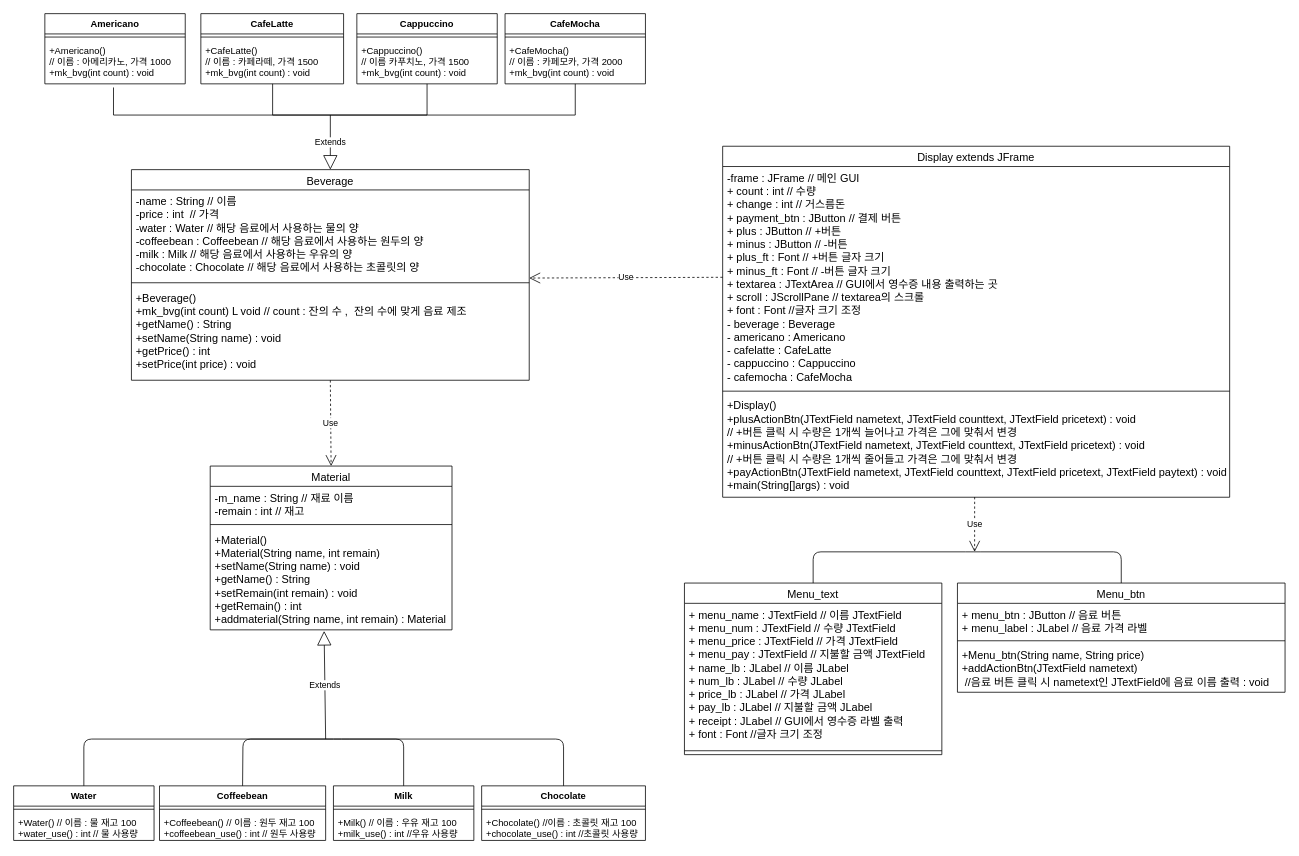
This is Untitled Diagram.drawio from ans2568/Messenger, a draw.io file, before an edit. Source tidied: cells renumbered, new cells numbered last; positions are measured from the earlier drawing's top-left corner, leaving out a move shared by most shapes. Both pictures are drawn from the tidied source at 78%, with x=0, y=0 at pixel (13, 13).
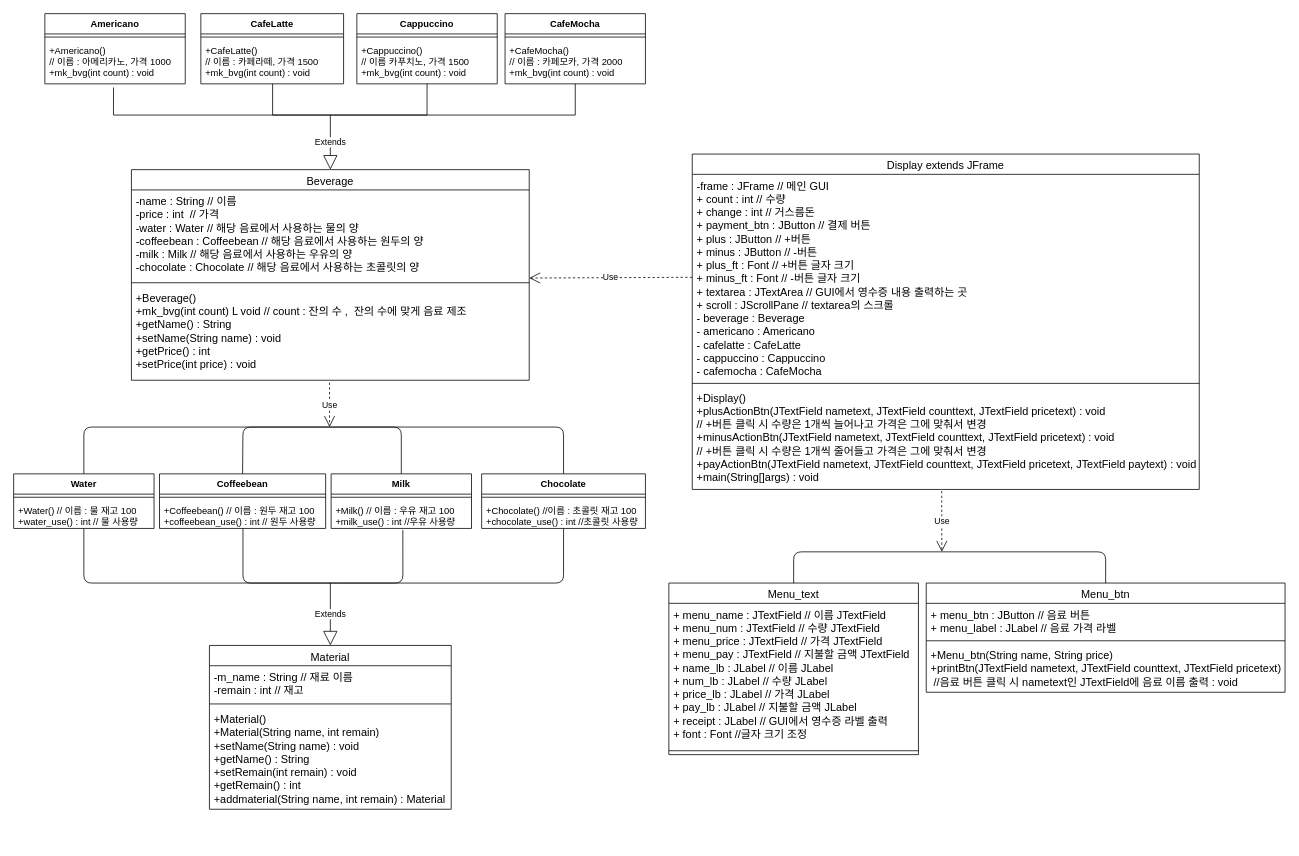
After the change.

Unchanged cells that the change refers to:
```xml
<mxCell id="5" value="+Beverage()&#10;+mk_bvg(int count) L void // count : 잔의 수 ,  잔의 수에 맞게 음료 제조&#10;+getName() : String&#10;+setName(String name) : void&#10;+getPrice() : int&#10;+setPrice(int price) : void" style="text;align=left;verticalAlign=top;spacingLeft=4;spacingRight=4;overflow=hidden;points=[[0,0.5],[1,0.5]];portConstraint=eastwest;fontSize=14;" parent="2" vertex="1">
  <mxGeometry y="150" width="510" height="120" as="geometry" />
</mxCell>
<mxCell id="29" value="+Material()&#10;+Material(String name, int remain)&#10;+setName(String name) : void&#10;+getName() : String&#10;+setRemain(int remain) : void&#10;+getRemain() : int&#10;+addmaterial(String name, int remain) : Material" style="text;align=left;verticalAlign=top;spacingLeft=4;spacingRight=4;overflow=hidden;points=[[0,0.5],[1,0.5]];portConstraint=eastwest;fontSize=14;" parent="26" vertex="1">
  <mxGeometry y="80" width="310" height="130" as="geometry" />
</mxCell>
<mxCell id="40" value="+Milk() // 이름 : 우유 재고 100&#10;+milk_use() : int //우유 사용량" style="text;strokeColor=none;fillColor=none;align=left;verticalAlign=top;spacingLeft=4;spacingRight=4;overflow=hidden;points=[[0,0.5],[1,0.5]];portConstraint=eastwest;" parent="38" vertex="1">
  <mxGeometry y="34" width="180" height="36" as="geometry" />
</mxCell>
```

Diff of the diagram source:
```diff
@@
     <mxCell id="6" value="Display extends JFrame" style="swimlane;fontStyle=0;align=center;verticalAlign=top;horizontal=1;startSize=26;rounded=0;shadow=0;strokeWidth=1;fontSize=14;" parent="1" vertex="1">
-      <mxGeometry x="909" y="170" width="650" height="450" as="geometry" />
+      <mxGeometry x="870" y="180" width="650" height="430" as="geometry" />
     </mxCell>
-    <mxCell id="7" value="-frame : JFrame // 메인 GUI&#10;+ count : int // 수량&#10;+ change : int // 거스름돈&#10;+ payment_btn : JButton // 결제 버튼&#10;+ plus : JButton // +버튼&#10;+ minus : JButton // -버튼&#10;+ plus_ft : Font // +버튼 글자 크기&#10;+ minus_ft : Font // -버튼 글자 크기&#10;+ textarea : JTextArea // GUI에서 영수증 내용 출력하는 곳&#10;+ scroll : JScrollPane // textarea의 스크롤&#10;+ font : Font //글자 크기 조정&#10;- beverage : Beverage&#10;- americano : Americano&#10;- cafelatte : CafeLatte&#10;- cappuccino : Cappuccino&#10;- cafemocha : CafeMocha" style="text;align=left;verticalAlign=top;spacingLeft=4;spacingRight=4;overflow=hidden;points=[[0,0.5],[1,0.5]];portConstraint=eastwest;fontSize=14;" parent="6" vertex="1">
-      <mxGeometry y="26" width="650" height="284" as="geometry" />
+    <mxCell id="7" value="-frame : JFrame // 메인 GUI&#10;+ count : int // 수량&#10;+ change : int // 거스름돈&#10;+ payment_btn : JButton // 결제 버튼&#10;+ plus : JButton // +버튼&#10;+ minus : JButton // -버튼&#10;+ plus_ft : Font // +버튼 글자 크기&#10;+ minus_ft : Font // -버튼 글자 크기&#10;+ textarea : JTextArea // GUI에서 영수증 내용 출력하는 곳&#10;+ scroll : JScrollPane // textarea의 스크롤&#10;- beverage : Beverage&#10;- americano : Americano&#10;- cafelatte : CafeLatte&#10;- cappuccino : Cappuccino&#10;- cafemocha : CafeMocha" style="text;align=left;verticalAlign=top;spacingLeft=4;spacingRight=4;overflow=hidden;points=[[0,0.5],[1,0.5]];portConstraint=eastwest;fontSize=14;" parent="6" vertex="1">
+      <mxGeometry y="26" width="650" height="264" as="geometry" />
     </mxCell>
     <mxCell id="8" style="line;html=1;strokeWidth=1;align=left;verticalAlign=middle;spacingTop=-1;spacingLeft=3;spacingRight=3;labelPosition=right;fontSize=14;" parent="6" vertex="1">
-      <mxGeometry y="310" width="650" height="8" as="geometry" />
+      <mxGeometry y="290" width="650" height="8" as="geometry" />
     </mxCell>
     <mxCell id="9" value="+Display()&#10;+plusActionBtn(JTextField nametext, JTextField counttext, JTextField pricetext) : void&#10;// +버튼 클릭 시 수량은 1개씩 늘어나고 가격은 그에 맞춰서 변경&#10;+minusActionBtn(JTextField nametext, JTextField counttext, JTextField pricetext) : void&#10;// +버튼 클릭 시 수량은 1개씩 줄어들고 가격은 그에 맞춰서 변경&#10;+payActionBtn(JTextField nametext, JTextField counttext, JTextField pricetext, JTextField paytext) : void&#10;+main(String[]args) : void" style="text;strokeColor=none;fillColor=none;align=left;verticalAlign=top;spacingLeft=4;spacingRight=4;overflow=hidden;points=[[0,0.5],[1,0.5]];portConstraint=eastwest;fontSize=14;" parent="6" vertex="1">
-      <mxGeometry y="318" width="650" height="132" as="geometry" />
+      <mxGeometry y="298" width="650" height="132" as="geometry" />
     </mxCell>
     <mxCell id="10" value="Menu_btn" style="swimlane;fontStyle=0;align=center;verticalAlign=top;horizontal=1;startSize=26;rounded=0;shadow=0;strokeWidth=1;fontSize=14;" parent="1" vertex="1">
-      <mxGeometry x="1210" y="730" width="420" height="140" as="geometry" />
+      <mxGeometry x="1170" y="730" width="460" height="140" as="geometry" />
     </mxCell>
     <mxCell id="11" value="+ menu_btn : JButton // 음료 버튼&#10;+ menu_label : JLabel // 음료 가격 라벨&#10;" style="text;align=left;verticalAlign=top;spacingLeft=4;spacingRight=4;overflow=hidden;fontSize=14;" parent="10" vertex="1">
-      <mxGeometry y="26" width="420" height="44" as="geometry" />
+      <mxGeometry y="26" width="460" height="44" as="geometry" />
     </mxCell>
     <mxCell id="12" style="line;html=1;strokeWidth=1;align=left;verticalAlign=middle;spacingTop=-1;spacingLeft=3;spacingRight=3;labelPosition=right;fontSize=14;" parent="10" vertex="1">
-      <mxGeometry y="70" width="420" height="8" as="geometry" />
+      <mxGeometry y="70" width="460" height="8" as="geometry" />
     </mxCell>
-    <mxCell id="13" value="+Menu_btn(String name, String price) &#10;+addActionBtn(JTextField nametext)&#10; //음료 버튼 클릭 시 nametext인 JTextField에 음료 이름 출력 : void" style="text;align=left;verticalAlign=top;spacingLeft=4;spacingRight=4;overflow=hidden;fontSize=14;" parent="10" vertex="1">
-      <mxGeometry y="78" width="420" height="62" as="geometry" />
+    <mxCell id="13" value="+Menu_btn(String name, String price) &#10;+printBtn(JTextField nametext, JTextField counttext, JTextField pricetext)&#10; //음료 버튼 클릭 시 nametext인 JTextField에 음료 이름 출력 : void" style="text;align=left;verticalAlign=top;spacingLeft=4;spacingRight=4;overflow=hidden;fontSize=14;" parent="10" vertex="1">
+      <mxGeometry y="78" width="460" height="62" as="geometry" />
     </mxCell>
@@
     <mxCell id="26" value="Material" style="swimlane;fontStyle=0;align=center;verticalAlign=top;horizontal=1;startSize=26;rounded=0;shadow=0;strokeWidth=1;fontSize=14;" parent="1" vertex="1">
-      <mxGeometry x="252" y="580" width="310" height="210" as="geometry" />
+      <mxGeometry x="251" y="810" width="310" height="210" as="geometry" />
     </mxCell>
@@
     <mxCell id="32" value="Water" style="swimlane;fontStyle=1;align=center;verticalAlign=top;horizontal=1;startSize=26;" parent="1" vertex="1">
-      <mxGeometry y="990" width="180" height="70" as="geometry" />
+      <mxGeometry y="590" width="180" height="70" as="geometry" />
     </mxCell>
@@
     <mxCell id="35" value="Coffeebean" style="swimlane;fontStyle=1;align=center;verticalAlign=top;horizontal=1;startSize=26;" parent="1" vertex="1">
-      <mxGeometry x="187" y="990" width="213" height="70" as="geometry" />
+      <mxGeometry x="187" y="590" width="213" height="70" as="geometry" />
     </mxCell>
@@
     <mxCell id="38" value="Milk" style="swimlane;fontStyle=1;align=center;verticalAlign=top;horizontal=1;startSize=26;" parent="1" vertex="1">
-      <mxGeometry x="410" y="990" width="180" height="70" as="geometry" />
+      <mxGeometry x="407" y="590" width="180" height="70" as="geometry" />
     </mxCell>
@@
     <mxCell id="41" value="Chocolate" style="swimlane;fontStyle=1;align=center;verticalAlign=top;horizontal=1;startSize=26;" parent="1" vertex="1">
-      <mxGeometry x="600" y="990" width="210" height="70" as="geometry" />
+      <mxGeometry x="600" y="590" width="210" height="70" as="geometry" />
     </mxCell>
@@
-    <mxCell id="44" value="Extends" style="endArrow=block;endSize=16;endFill=0;html=1;entryX=0.471;entryY=1.011;entryDx=0;entryDy=0;entryPerimeter=0;" parent="1" edge="1" target="29">
+    <mxCell id="44" value="Extends" style="endArrow=block;endSize=16;endFill=0;html=1;entryX=0.5;entryY=0;entryDx=0;entryDy=0;" parent="1" edge="1" target="26">
       <mxGeometry relative="1" as="geometry">
-        <mxPoint x="400" y="930" as="sourcePoint" />
+        <mxPoint x="406" y="730" as="sourcePoint" />
       </mxGeometry>
     </mxCell>
-    <mxCell id="45" style="endArrow=none;html=1;exitX=0.5;exitY=0;exitDx=0;exitDy=0;entryX=0.5;entryY=0;entryDx=0;entryDy=0;" parent="1" edge="1" source="32" target="41">
+    <mxCell id="45" style="endArrow=none;html=1;" parent="1" edge="1">
       <mxGeometry relative="1" as="geometry">
+        <mxPoint x="90" y="660" as="sourcePoint" />
+        <mxPoint x="705" y="660" as="targetPoint" />
         <Array as="points">
-          <mxPoint x="90" y="930" />
-          <mxPoint x="420" y="930" />
-          <mxPoint x="705" y="930" />
+          <mxPoint x="90" y="730" />
+          <mxPoint x="410" y="730" />
+          <mxPoint x="705" y="730" />
         </Array>
       </mxGeometry>
     </mxCell>
-    <mxCell id="46" style="endArrow=none;html=1;exitX=0.5;exitY=0;exitDx=0;exitDy=0;entryX=0.5;entryY=0;entryDx=0;entryDy=0;" parent="1" edge="1" source="35" target="38">
+    <mxCell id="46" style="endArrow=none;html=1;entryX=0.511;entryY=1.056;entryDx=0;entryDy=0;entryPerimeter=0;" parent="1" edge="1" target="40">
       <mxGeometry relative="1" as="geometry">
+        <mxPoint x="294" y="660" as="sourcePoint" />
         <Array as="points">
-          <mxPoint x="294" y="930" />
-          <mxPoint x="420" y="930" />
-          <mxPoint x="500" y="930" />
+          <mxPoint x="294" y="730" />
+          <mxPoint x="410" y="730" />
+          <mxPoint x="499" y="730" />
         </Array>
       </mxGeometry>
     </mxCell>
@@
-    <mxCell id="48" value="Use" style="endArrow=open;endSize=12;dashed=1;html=1;exitX=0.5;exitY=1;exitDx=0;exitDy=0;exitPerimeter=0;entryX=0.5;entryY=0;entryDx=0;entryDy=0;" parent="1" edge="1" source="5" target="26">
-      <mxGeometry relative="1" as="geometry" />
-    </mxCell>
@@
     <mxCell id="50" value="Menu_text" style="swimlane;fontStyle=0;align=center;verticalAlign=top;horizontal=1;startSize=26;rounded=0;shadow=0;strokeWidth=1;fontSize=14;" parent="1" vertex="1">
-      <mxGeometry x="860" y="730" width="330" height="220" as="geometry" />
+      <mxGeometry x="840" y="730" width="320" height="220" as="geometry" />
     </mxCell>
     <mxCell id="51" value="+ menu_name : JTextField // 이름 JTextField&#10;+ menu_num : JTextField // 수량 JTextField&#10;+ menu_price : JTextField // 가격 JTextField&#10;+ menu_pay : JTextField // 지불할 금액 JTextField&#10;+ name_lb : JLabel // 이름 JLabel&#10;+ num_lb : JLabel // 수량 JLabel&#10;+ price_lb : JLabel // 가격 JLabel&#10;+ pay_lb : JLabel // 지불할 금액 JLabel&#10;+ receipt : JLabel // GUI에서 영수증 라벨 출력&#10;+ font : Font //글자 크기 조정" style="text;align=left;verticalAlign=top;spacingLeft=4;spacingRight=4;overflow=hidden;fontSize=14;" parent="50" vertex="1">
-      <mxGeometry y="26" width="330" height="184" as="geometry" />
+      <mxGeometry y="26" width="320" height="184" as="geometry" />
     </mxCell>
     <mxCell id="52" style="line;html=1;strokeWidth=1;align=left;verticalAlign=middle;spacingTop=-1;spacingLeft=3;spacingRight=3;labelPosition=right;fontSize=14;" parent="50" vertex="1">
-      <mxGeometry y="210" width="330" height="10" as="geometry" />
+      <mxGeometry y="210" width="320" height="10" as="geometry" />
     </mxCell>
-    <mxCell id="53" value="Use" style="endArrow=open;endSize=12;dashed=1;html=1;exitX=0.497;exitY=0.998;exitDx=0;exitDy=0;exitPerimeter=0;" parent="1" edge="1" source="9">
+    <mxCell id="53" value="Use" style="endArrow=open;endSize=12;dashed=1;html=1;exitX=0.492;exitY=1.015;exitDx=0;exitDy=0;exitPerimeter=0;" parent="1" edge="1" source="9">
       <mxGeometry relative="1" as="geometry">
-        <mxPoint x="1232" y="690" as="targetPoint" />
+        <mxPoint x="1190" y="690" as="targetPoint" />
       </mxGeometry>
     </mxCell>
     <mxCell id="54" style="endArrow=none;html=1;exitX=0.5;exitY=0;exitDx=0;exitDy=0;entryX=0.5;entryY=0;entryDx=0;entryDy=0;" parent="1" edge="1" source="50" target="10">
       <mxGeometry relative="1" as="geometry">
         <Array as="points">
-          <mxPoint x="1025" y="690" />
+          <mxPoint x="1000" y="690" />
           <mxPoint x="1230" y="690" />
-          <mxPoint x="1420" y="690" />
+          <mxPoint x="1400" y="690" />
         </Array>
       </mxGeometry>
     </mxCell>
+    <mxCell id="55" style="endArrow=none;html=1;exitX=0.5;exitY=0;exitDx=0;exitDy=0;entryX=0.5;entryY=0;entryDx=0;entryDy=0;" parent="1" edge="1" source="32" target="41">
+      <mxGeometry relative="1" as="geometry">
+        <Array as="points">
+          <mxPoint x="90" y="530" />
+          <mxPoint x="420" y="530" />
+          <mxPoint x="705" y="530" />
+        </Array>
+      </mxGeometry>
+    </mxCell>
+    <mxCell id="56" style="endArrow=none;html=1;exitX=0.5;exitY=0;exitDx=0;exitDy=0;entryX=0.5;entryY=0;entryDx=0;entryDy=0;" parent="1" edge="1" source="35" target="38">
+      <mxGeometry relative="1" as="geometry">
+        <Array as="points">
+          <mxPoint x="294" y="530" />
+          <mxPoint x="497" y="530" />
+        </Array>
+      </mxGeometry>
+    </mxCell>
+    <mxCell id="48" value="Use" style="endArrow=open;endSize=12;dashed=1;html=1;exitX=0.498;exitY=1.025;exitDx=0;exitDy=0;exitPerimeter=0;" parent="1" edge="1" source="5">
+      <mxGeometry relative="1" as="geometry">
+        <mxPoint x="405" y="530" as="targetPoint" />
+      </mxGeometry>
+    </mxCell>
```
